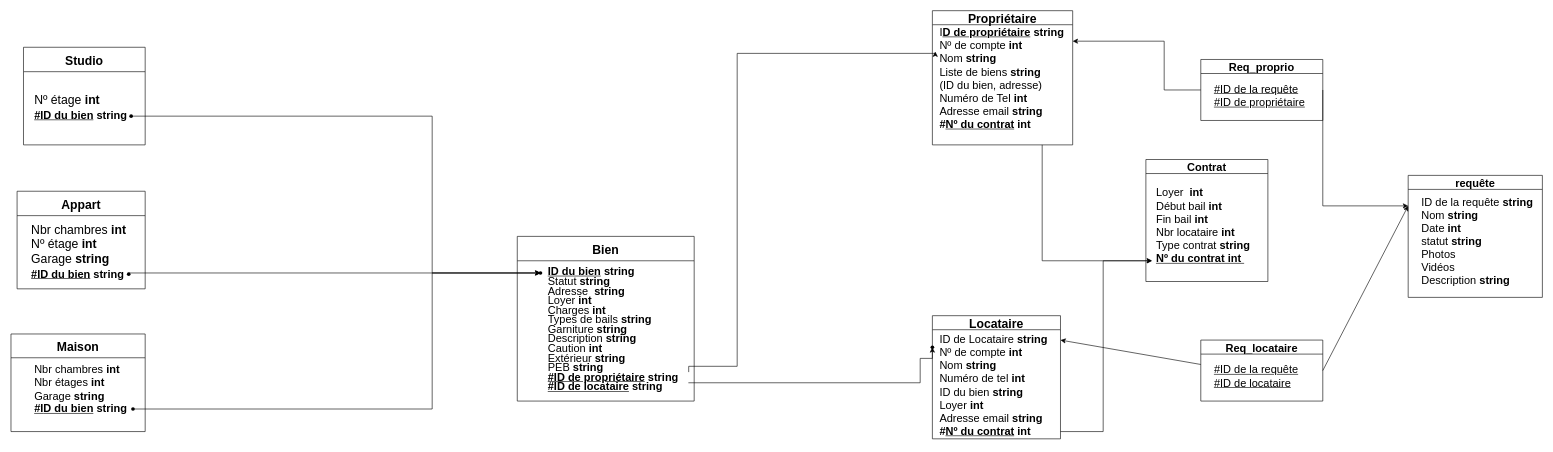
Before: page "Schéma relationnel" (3 of 20) of Ko-loc (1).drawio in Julienthum/Co-Lock, a draw.io diagram. Source tidied: cells renumbered, new cells numbered last; positions are measured from the earlier drawing's top-left corner, leaving out a move shared by most shapes. Both pictures are drawn from the tidied source at 61%, with x=0, y=0 at pixel (11, 10).
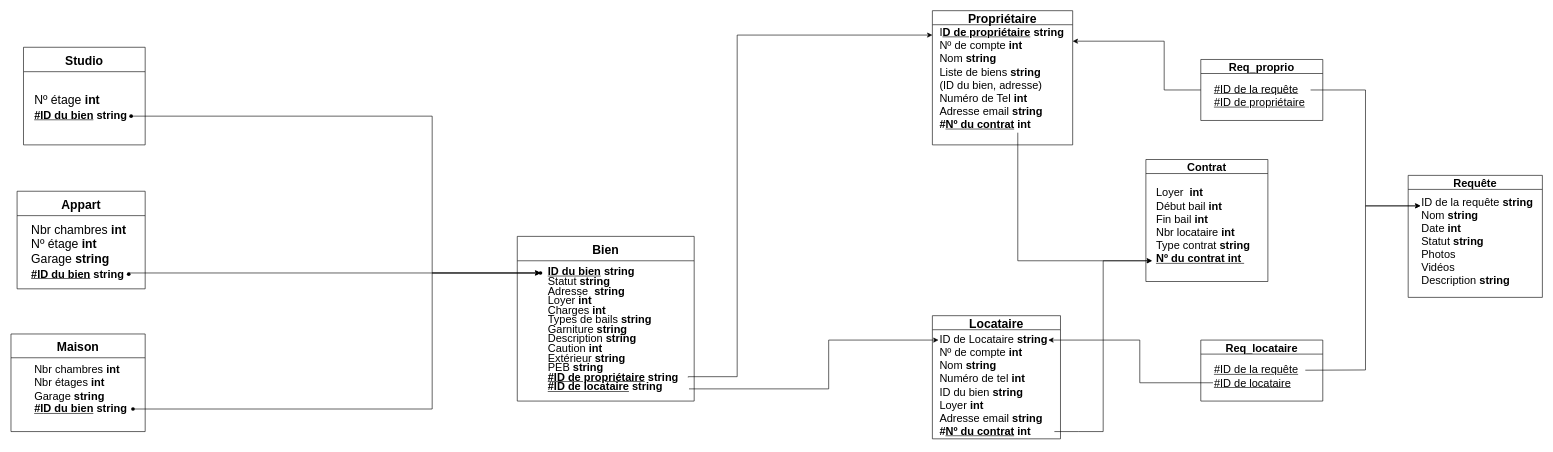
After the change.

Unchanged cells that the change refers to:
```xml
<mxCell id="2" value="Locataire" style="swimlane;fontSize=20;" parent="1" vertex="1">
  <mxGeometry x="1510" y="500" width="210" height="201.9" as="geometry" />
</mxCell>
<mxCell id="6" value="&lt;p class=&quot;MsoListParagraphCxSpFirst&quot; style=&quot;margin: 0cm 0cm 0cm 36pt ; line-height: 15.6933px ; font-size: 11pt ; font-family: &amp;#34;calibri&amp;#34; , sans-serif ; text-indent: -18pt&quot;&gt;&lt;/p&gt;&lt;p class=&quot;MsoListParagraphCxSpFirst&quot; style=&quot;margin: 0cm 0cm 0cm 36pt ; line-height: 15.6933px ; font-size: 11pt ; font-family: &amp;#34;calibri&amp;#34; , sans-serif ; text-indent: -18pt ; display: inline&quot;&gt;&lt;/p&gt;&lt;div style=&quot;font-size: 18px&quot;&gt;&lt;span style=&quot;text-indent: -18pt&quot;&gt;&lt;font style=&quot;font-size: 18px&quot;&gt;I&lt;b&gt;&lt;u&gt;D de propriétaire&lt;/u&gt;&lt;/b&gt; &lt;b&gt;string&lt;/b&gt;&lt;/font&gt;&lt;/span&gt;&lt;/div&gt;&lt;div style=&quot;font-size: 18px&quot;&gt;Nº de compte &lt;b&gt;int&lt;/b&gt;&lt;/div&gt;&lt;div style=&quot;font-size: 18px&quot;&gt;&lt;span style=&quot;font-family: &amp;#34;calibri&amp;#34; , sans-serif ; text-indent: -18pt&quot;&gt;Nom &lt;b&gt;string&amp;nbsp;&lt;/b&gt;&lt;/span&gt;&lt;/div&gt;&lt;div style=&quot;font-size: 18px&quot;&gt;&lt;span style=&quot;font-family: &amp;#34;calibri&amp;#34; , sans-serif ; text-indent: -18pt&quot;&gt;Liste de biens &lt;b&gt;string&lt;/b&gt;&lt;/span&gt;&lt;/div&gt;&lt;div style=&quot;font-size: 18px&quot;&gt;&lt;span style=&quot;font-family: &amp;#34;calibri&amp;#34; , sans-serif ; text-indent: -18pt&quot;&gt;(ID du bien, adresse)&lt;/span&gt;&lt;/div&gt;&lt;div style=&quot;font-size: 18px&quot;&gt;&lt;span style=&quot;font-family: &amp;#34;calibri&amp;#34; , sans-serif ; text-indent: -18pt&quot;&gt;Numéro de Tel &lt;b&gt;int&lt;/b&gt;&lt;/span&gt;&lt;/div&gt;&lt;div style=&quot;font-size: 18px&quot;&gt;&lt;span style=&quot;font-family: &amp;#34;calibri&amp;#34; , sans-serif ; text-indent: -24px&quot;&gt;Adresse email&amp;nbsp;&lt;/span&gt;&lt;b style=&quot;font-family: &amp;#34;calibri&amp;#34; , sans-serif ; text-indent: -24px&quot;&gt;string&lt;/b&gt;&lt;span style=&quot;font-family: &amp;#34;calibri&amp;#34; , sans-serif ; text-indent: -18pt&quot;&gt;&lt;b&gt;&lt;br&gt;&lt;/b&gt;&lt;/span&gt;&lt;/div&gt;&lt;div style=&quot;font-size: 18px&quot;&gt;&lt;b style=&quot;font-family: &amp;#34;calibri&amp;#34; , sans-serif ; text-indent: -24px&quot;&gt;#&lt;u&gt;Nº du contrat&lt;/u&gt; int&lt;/b&gt;&lt;/div&gt;&lt;div style=&quot;text-indent: -24px ; font-size: 18px&quot;&gt;&lt;br&gt;&lt;/div&gt;" style="text;html=1;strokeColor=none;fillColor=none;align=left;verticalAlign=middle;whiteSpace=wrap;rounded=0;" parent="5" vertex="1">
  <mxGeometry x="10" y="50" width="220" height="130" as="geometry" />
</mxCell>
<mxCell id="8" value="&lt;p class=&quot;MsoListParagraphCxSpFirst&quot; style=&quot;margin: 0cm 0cm 0cm 36pt ; line-height: 15.6933px ; font-size: 11pt ; font-family: &amp;#34;calibri&amp;#34; , sans-serif ; text-indent: -18pt&quot;&gt;&lt;/p&gt;&lt;p class=&quot;MsoListParagraphCxSpFirst&quot; style=&quot;margin: 0cm 0cm 0cm 36pt ; line-height: 15.6933px ; font-size: 11pt ; font-family: &amp;#34;calibri&amp;#34; , sans-serif ; text-indent: -18pt ; display: inline&quot;&gt;&lt;/p&gt;&lt;p class=&quot;MsoListParagraphCxSpFirst&quot; style=&quot;text-align: left ; margin: 0cm 0cm 0cm 36pt ; line-height: 15.6933px ; font-family: &amp;#34;calibri&amp;#34; , sans-serif ; text-indent: -18pt ; font-size: 18px&quot;&gt;&lt;span lang=&quot;FR&quot;&gt;&lt;font style=&quot;font-size: 18px&quot;&gt;&lt;b&gt;&lt;u&gt;ID du bien&lt;/u&gt;&lt;/b&gt; &lt;b&gt;string&lt;/b&gt;&amp;nbsp;&lt;/font&gt;&lt;/span&gt;&lt;/p&gt;&lt;p class=&quot;MsoListParagraphCxSpFirst&quot; style=&quot;text-align: left ; margin: 0cm 0cm 0cm 36pt ; line-height: 15.6933px ; font-family: &amp;#34;calibri&amp;#34; , sans-serif ; text-indent: -18pt ; font-size: 18px&quot;&gt;&lt;span style=&quot;text-indent: -18pt&quot;&gt;Statut &lt;b&gt;string&lt;/b&gt;&lt;/span&gt;&lt;/p&gt;&lt;p class=&quot;MsoListParagraphCxSpMiddle&quot; style=&quot;text-align: left ; margin: 0cm 0cm 0cm 36pt ; line-height: 15.6933px ; font-family: &amp;#34;calibri&amp;#34; , sans-serif ; text-indent: -18pt ; font-size: 18px&quot;&gt;&lt;span lang=&quot;FR&quot;&gt;&lt;font style=&quot;font-size: 18px&quot;&gt;Adresse&amp;nbsp;&lt;b&gt;&amp;nbsp;string&amp;nbsp;&lt;/b&gt;&lt;/font&gt;&lt;/span&gt;&lt;/p&gt;&lt;p class=&quot;MsoListParagraphCxSpMiddle&quot; style=&quot;text-align: left ; margin: 0cm 0cm 0cm 36pt ; line-height: 15.6933px ; font-family: &amp;#34;calibri&amp;#34; , sans-serif ; text-indent: -18pt ; font-size: 18px&quot;&gt;&lt;span lang=&quot;FR&quot;&gt;&lt;font style=&quot;font-size: 18px&quot;&gt;Loyer &lt;b&gt;int&lt;/b&gt;&lt;/font&gt;&lt;/span&gt;&lt;/p&gt;&lt;p class=&quot;MsoListParagraphCxSpMiddle&quot; style=&quot;text-align: left ; margin: 0cm 0cm 0cm 36pt ; line-height: 15.6933px ; font-family: &amp;#34;calibri&amp;#34; , sans-serif ; text-indent: -18pt ; font-size: 18px&quot;&gt;&lt;span lang=&quot;FR&quot;&gt;&lt;font style=&quot;font-size: 18px&quot;&gt;Charges &lt;b&gt;int&lt;/b&gt;&lt;/font&gt;&lt;/span&gt;&lt;/p&gt;&lt;p class=&quot;MsoListParagraphCxSpMiddle&quot; style=&quot;text-align: left ; margin: 0cm 0cm 0cm 36pt ; line-height: 15.6933px ; font-family: &amp;#34;calibri&amp;#34; , sans-serif ; text-indent: -18pt ; font-size: 18px&quot;&gt;&lt;span lang=&quot;FR&quot;&gt;&lt;font style=&quot;font-size: 18px&quot;&gt;Types de bails &lt;b&gt;string&lt;/b&gt;&lt;/font&gt;&lt;/span&gt;&lt;/p&gt;&lt;p class=&quot;MsoListParagraphCxSpMiddle&quot; style=&quot;text-align: left ; margin: 0cm 0cm 0cm 36pt ; line-height: 15.6933px ; font-family: &amp;#34;calibri&amp;#34; , sans-serif ; text-indent: -18pt ; font-size: 18px&quot;&gt;&lt;span lang=&quot;FR&quot;&gt;&lt;font style=&quot;font-size: 18px&quot;&gt;Garniture &lt;b&gt;string&lt;/b&gt;&lt;/font&gt;&lt;/span&gt;&lt;/p&gt;&lt;p class=&quot;MsoListParagraphCxSpMiddle&quot; style=&quot;text-align: left ; margin: 0cm 0cm 0cm 36pt ; line-height: 15.6933px ; font-family: &amp;#34;calibri&amp;#34; , sans-serif ; text-indent: -18pt ; font-size: 18px&quot;&gt;&lt;span lang=&quot;FR&quot;&gt;&lt;font style=&quot;font-size: 18px&quot;&gt;Description &lt;b&gt;string&lt;/b&gt;&lt;/font&gt;&lt;/span&gt;&lt;/p&gt;&lt;p class=&quot;MsoListParagraphCxSpMiddle&quot; style=&quot;text-align: left ; margin: 0cm 0cm 0cm 36pt ; line-height: 15.6933px ; font-family: &amp;#34;calibri&amp;#34; , sans-serif ; text-indent: -18pt ; font-size: 18px&quot;&gt;&lt;span lang=&quot;FR&quot;&gt;&lt;font style=&quot;font-size: 18px&quot;&gt;Caution &lt;b&gt;int&lt;/b&gt;&lt;/font&gt;&lt;/span&gt;&lt;/p&gt;&lt;p class=&quot;MsoListParagraphCxSpMiddle&quot; style=&quot;text-align: left ; margin: 0cm 0cm 0cm 36pt ; line-height: 15.6933px ; font-family: &amp;#34;calibri&amp;#34; , sans-serif ; text-indent: -18pt ; font-size: 18px&quot;&gt;&lt;span lang=&quot;FR&quot;&gt;&lt;font style=&quot;font-size: 18px&quot;&gt;Extérieur &lt;b&gt;string&lt;/b&gt;&lt;/font&gt;&lt;/span&gt;&lt;/p&gt;&lt;p class=&quot;MsoListParagraphCxSpMiddle&quot; style=&quot;text-align: left ; margin: 0cm 0cm 0cm 36pt ; line-height: 15.6933px ; font-family: &amp;#34;calibri&amp;#34; , sans-serif ; text-indent: -18pt ; font-size: 18px&quot;&gt;&lt;span lang=&quot;FR&quot; style=&quot;text-indent: -18pt&quot;&gt;PEB &lt;b&gt;string&lt;/b&gt;&lt;/span&gt;&lt;/p&gt;&lt;p class=&quot;MsoListParagraphCxSpMiddle&quot; style=&quot;text-align: left ; margin: 0cm 0cm 0cm 36pt ; line-height: 15.6933px ; font-family: &amp;#34;calibri&amp;#34; , sans-serif ; text-indent: -18pt ; font-size: 18px&quot;&gt;&lt;span style=&quot;text-indent: -18pt ; font-family: &amp;#34;helvetica&amp;#34;&quot;&gt;&lt;b&gt;&lt;u&gt;#ID de propriétaire&lt;/u&gt;&lt;/b&gt;&amp;nbsp;&lt;/span&gt;&lt;b style=&quot;text-indent: -18pt ; font-family: &amp;#34;helvetica&amp;#34;&quot;&gt;string&lt;/b&gt;&lt;/p&gt;&lt;p class=&quot;MsoListParagraphCxSpMiddle&quot; style=&quot;text-align: left ; margin: 0cm 0cm 0cm 36pt ; line-height: 15.6933px ; font-family: &amp;#34;calibri&amp;#34; , sans-serif ; text-indent: -18pt ; font-size: 18px&quot;&gt;&lt;span style=&quot;text-indent: -18pt ; font-family: &amp;#34;helvetica&amp;#34;&quot;&gt;&lt;b&gt;&lt;u&gt;#ID de locataire&lt;/u&gt;&lt;/b&gt;&amp;nbsp;&lt;/span&gt;&lt;b style=&quot;text-indent: -18pt ; font-family: &amp;#34;helvetica&amp;#34;&quot;&gt;string&lt;/b&gt;&lt;b style=&quot;text-indent: -18pt ; font-family: &amp;#34;helvetica&amp;#34;&quot;&gt;&lt;br&gt;&lt;/b&gt;&lt;/p&gt;" style="text;html=1;strokeColor=none;fillColor=none;align=center;verticalAlign=middle;whiteSpace=wrap;rounded=0;spacingTop=0;" parent="7" vertex="1">
  <mxGeometry x="9" y="-10" width="272" height="310" as="geometry" />
</mxCell>
<mxCell id="30" value="Req_proprio" style="swimlane;fontSize=18;align=center;" parent="1" vertex="1">
  <mxGeometry x="1950" y="80" width="200" height="100" as="geometry" />
</mxCell>
<mxCell id="34" value="Req_locataire" style="swimlane;fontSize=18;align=center;" parent="1" vertex="1">
  <mxGeometry x="1950" y="540" width="200" height="100" as="geometry" />
</mxCell>
<mxCell id="35" value="&lt;font style=&quot;font-size: 18px&quot;&gt;&lt;u&gt;#ID de la requête&lt;br&gt;#ID de locataire&lt;/u&gt;&lt;br&gt;&lt;/font&gt;" style="text;html=1;align=left;verticalAlign=middle;points=[];strokeColor=none;fillColor=none;" parent="34" vertex="1">
  <mxGeometry x="20" y="40" width="150" height="40" as="geometry" />
</mxCell>
```

The edit, as a diff of the source:
```diff
@@
-    <mxCell id="4" style="shape=waypoint;sketch=0;fillStyle=solid;size=6;points=[];fillColor=none;perimeter=centerPerimeter;snapToPoint=1;align=left;" parent="2" vertex="1">
-      <mxGeometry x="-20" y="31.9" width="40" height="40" as="geometry" />
-    </mxCell>
@@
-    <mxCell id="22" style="edgeStyle=orthogonalEdgeStyle;rounded=0;jettySize=auto;html=1;" parent="1" edge="1" target="4">
+    <mxCell id="22" style="edgeStyle=orthogonalEdgeStyle;rounded=0;orthogonalLoop=1;jettySize=auto;html=1;" parent="1" edge="1">
       <mxGeometry relative="1" as="geometry">
-        <mxPoint x="1110" y="610" as="sourcePoint" />
+        <mxPoint x="1111" y="620" as="sourcePoint" />
+        <mxPoint x="1520" y="540" as="targetPoint" />
         <Array as="points">
-          <mxPoint x="1490" y="610" />
-          <mxPoint x="1490" y="570" />
+          <mxPoint x="1340" y="620" />
+          <mxPoint x="1340" y="540" />
         </Array>
       </mxGeometry>
     </mxCell>
-    <mxCell id="23" style="edgeStyle=orthogonalEdgeStyle;rounded=0;jettySize=auto;html=1;exitX=1;exitY=0.75;exitDx=0;exitDy=0;entryX=-0.024;entryY=0.131;entryDx=0;entryDy=0;entryPerimeter=0;" parent="1" edge="1" source="8" target="6">
+    <mxCell id="23" style="edgeStyle=orthogonalEdgeStyle;rounded=0;jettySize=auto;html=1;exitX=0.997;exitY=0.778;exitDx=0;exitDy=0;exitPerimeter=0;" parent="1" edge="1" source="8">
       <mxGeometry relative="1" as="geometry">
+        <mxPoint x="1510" y="40" as="targetPoint" />
         <Array as="points">
-          <mxPoint x="1190" y="583" />
-          <mxPoint x="1190" y="70" />
-          <mxPoint x="1515" y="70" />
+          <mxPoint x="1110" y="600" />
+          <mxPoint x="1190" y="600" />
+          <mxPoint x="1190" y="40" />
         </Array>
       </mxGeometry>
     </mxCell>
@@
     <mxCell id="26" style="endArrow=classic;html=1;rounded=0;" parent="1" edge="1">
       <mxGeometry relative="1" as="geometry">
-        <mxPoint x="1720" y="690" as="sourcePoint" />
+        <mxPoint x="1710" y="690" as="sourcePoint" />
         <mxPoint x="1870" y="410" as="targetPoint" />
         <Array as="points">
+          <mxPoint x="1750" y="690" />
           <mxPoint x="1790" y="690" />
           <mxPoint x="1790" y="410" />
         </Array>
       </mxGeometry>
     </mxCell>
     <mxCell id="27" style="endArrow=classic;html=1;rounded=0;" parent="1" edge="1">
       <mxGeometry relative="1" as="geometry">
-        <mxPoint x="1690" y="220" as="sourcePoint" />
+        <mxPoint x="1650" y="200" as="sourcePoint" />
         <mxPoint x="1870" y="410" as="targetPoint" />
         <Array as="points">
-          <mxPoint x="1690" y="410" />
+          <mxPoint x="1650" y="410" />
         </Array>
       </mxGeometry>
     </mxCell>
-    <mxCell id="28" value="requête" style="swimlane;fontSize=18;align=center;" parent="1" vertex="1">
+    <mxCell id="28" value="Requête" style="swimlane;fontSize=18;align=center;" parent="1" vertex="1">
       <mxGeometry x="2290" y="270" width="220" height="200" as="geometry" />
     </mxCell>
-    <mxCell id="29" value="&lt;font style=&quot;font-size: 18px&quot;&gt;&lt;span&gt;ID de la requête&amp;nbsp;&lt;/span&gt;&lt;b&gt;string&lt;/b&gt;&lt;br&gt;&lt;span&gt;Nom&amp;nbsp;&lt;/span&gt;&lt;b&gt;string&lt;/b&gt;&lt;br&gt;&lt;span&gt;Date&amp;nbsp;&lt;/span&gt;&lt;b&gt;int&lt;br&gt;&lt;/b&gt;&lt;span&gt;statut&amp;nbsp;&lt;/span&gt;&lt;b&gt;string&lt;/b&gt;&lt;br&gt;&lt;span&gt;Photos&lt;/span&gt;&lt;br&gt;&lt;span&gt;Vidéos&lt;/span&gt;&lt;br&gt;&lt;span&gt;Description&amp;nbsp;&lt;/span&gt;&lt;b&gt;string&lt;/b&gt;&lt;br&gt;&lt;/font&gt;" style="text;html=1;align=left;verticalAlign=middle;points=[];strokeColor=none;fillColor=none;" parent="28" vertex="1">
+    <mxCell id="29" value="&lt;font style=&quot;font-size: 18px&quot;&gt;&lt;span&gt;ID de la requête&amp;nbsp;&lt;/span&gt;&lt;b&gt;string&lt;/b&gt;&lt;br&gt;&lt;span&gt;Nom&amp;nbsp;&lt;/span&gt;&lt;b&gt;string&lt;/b&gt;&lt;br&gt;&lt;span&gt;Date&amp;nbsp;&lt;/span&gt;&lt;b&gt;int&lt;br&gt;&lt;/b&gt;&lt;span&gt;Statut&amp;nbsp;&lt;/span&gt;&lt;b&gt;string&lt;/b&gt;&lt;br&gt;&lt;span&gt;Photos&lt;/span&gt;&lt;br&gt;&lt;span&gt;Vidéos&lt;/span&gt;&lt;br&gt;&lt;span&gt;Description&amp;nbsp;&lt;/span&gt;&lt;b&gt;string&lt;/b&gt;&lt;br&gt;&lt;/font&gt;" style="text;html=1;align=left;verticalAlign=middle;points=[];strokeColor=none;fillColor=none;" parent="28" vertex="1">
       <mxGeometry x="20" y="49" width="200" height="120" as="geometry" />
     </mxCell>
@@
-    <mxCell id="32" style="endArrow=classic;html=1;rounded=0;fontSize=24;exitX=1;exitY=0.5;exitDx=0;exitDy=0;entryX=0;entryY=0.25;entryDx=0;entryDy=0;" parent="1" edge="1" source="30" target="28">
+    <mxCell id="32" style="endArrow=classic;html=1;rounded=0;fontSize=24;" parent="1" edge="1">
       <mxGeometry relative="1" as="geometry">
+        <mxPoint x="2130" y="130" as="sourcePoint" />
+        <mxPoint x="2310" y="320" as="targetPoint" />
         <Array as="points">
-          <mxPoint x="2150" y="320" />
+          <mxPoint x="2220" y="130" />
+          <mxPoint x="2220" y="320" />
         </Array>
       </mxGeometry>
     </mxCell>
@@
-    <mxCell id="36" style="endArrow=classic;html=1;rounded=0;" parent="1" edge="1">
+    <mxCell id="36" style="endArrow=classic;html=1;rounded=0;exitX=0;exitY=0.75;exitDx=0;exitDy=0;exitPerimeter=0;" parent="1" edge="1" source="35">
       <mxGeometry relative="1" as="geometry">
-        <mxPoint x="1950" y="580" as="sourcePoint" />
-        <mxPoint x="1720" y="540" as="targetPoint" />
+        <mxPoint x="1700" y="540" as="targetPoint" />
+        <Array as="points">
+          <mxPoint x="1850" y="610" />
+          <mxPoint x="1850" y="540" />
+        </Array>
       </mxGeometry>
     </mxCell>
-    <mxCell id="37" style="endArrow=classic;html=1;rounded=0;entryX=0;entryY=0.25;entryDx=0;entryDy=0;exitX=1;exitY=0.5;exitDx=0;exitDy=0;" parent="1" edge="1" source="34" target="28">
-      <mxGeometry relative="1" as="geometry" />
+    <mxCell id="37" style="endArrow=classic;html=1;rounded=0;entryX=0;entryY=0.008;entryDx=0;entryDy=0;exitX=1.009;exitY=0.235;exitDx=0;exitDy=0;exitPerimeter=0;entryPerimeter=0;" parent="1" edge="1" source="35" target="29">
+      <mxGeometry relative="1" as="geometry">
+        <Array as="points">
+          <mxPoint x="2220" y="589" />
+          <mxPoint x="2220" y="320" />
+        </Array>
+      </mxGeometry>
     </mxCell>
```
